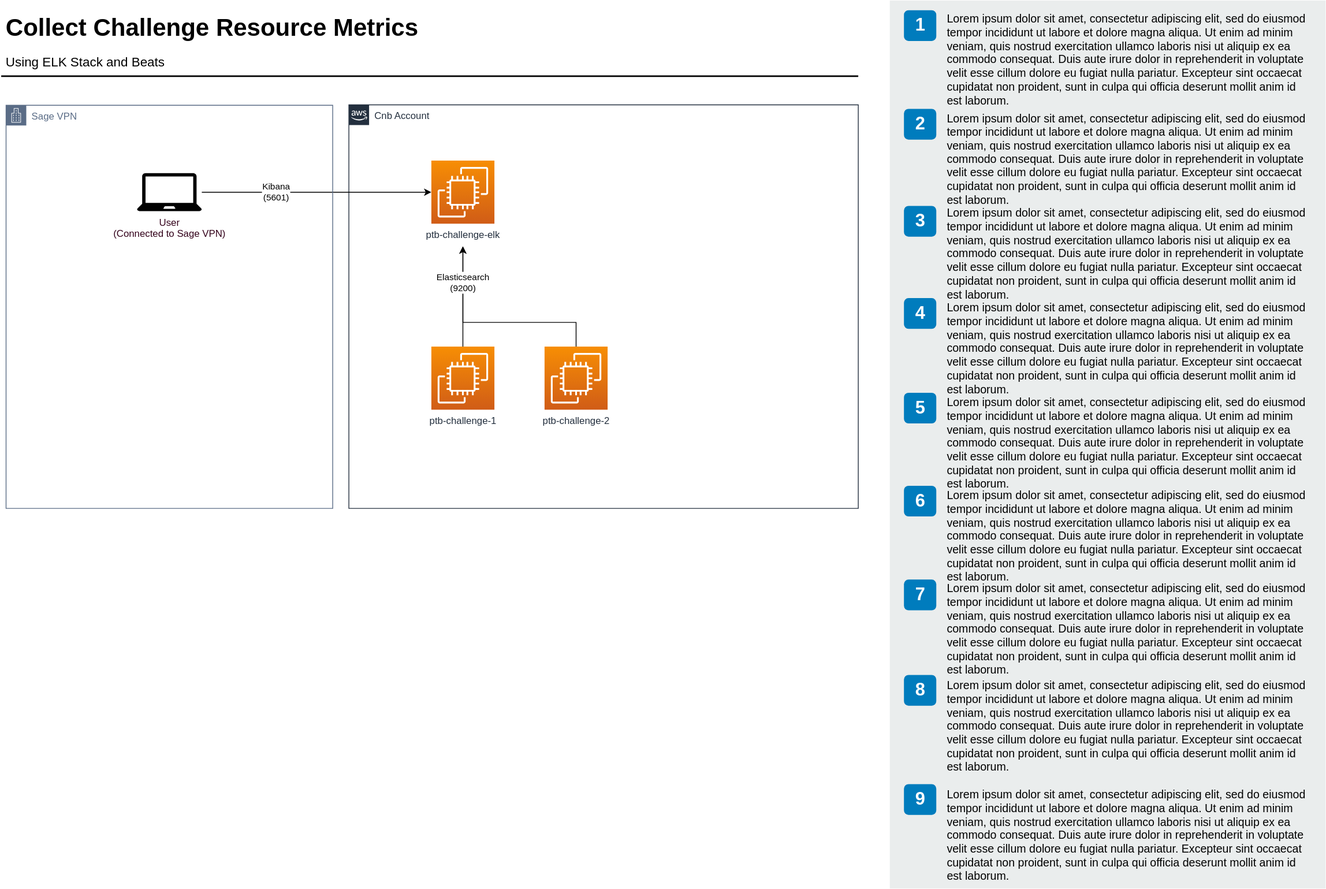
The draw.io diagram docs/drawio/diagrams/collect-challenge-resource-metrics.drawio.svg in Sage-Bionetworks/sage-monorepo, before a commit. Source tidied: cells renumbered, new cells last; positions are measured from the earlier drawing's top-left corner, leaving out a move shared by most shapes. The source it was exported from:
```xml
<mxGraphModel>
  <root>
    <mxCell id="0" />
    <mxCell id="1" parent="0" />
    <mxCell id="2" value="Cnb Account" style="gradientColor=none;html=1;whiteSpace=wrap;fontSize=12;fontStyle=0;shape=mxgraph.aws4.group;grIcon=mxgraph.aws4.group_aws_cloud_alt;strokeColor=#232F3E;fillColor=none;verticalAlign=top;align=left;spacingLeft=30;fontColor=#232F3E;dashed=0;" parent="1" vertex="1">
      <mxGeometry x="430" y="129" width="630" height="499" as="geometry" />
    </mxCell>
    <mxCell id="3" value="ptb-challenge-1" style="sketch=0;points=[[0,0,0],[0.25,0,0],[0.5,0,0],[0.75,0,0],[1,0,0],[0,1,0],[0.25,1,0],[0.5,1,0],[0.75,1,0],[1,1,0],[0,0.25,0],[0,0.5,0],[0,0.75,0],[1,0.25,0],[1,0.5,0],[1,0.75,0]];outlineConnect=0;fontColor=#232F3E;gradientColor=#F78E04;gradientDirection=north;fillColor=#D05C17;strokeColor=#ffffff;dashed=0;verticalLabelPosition=bottom;verticalAlign=top;align=center;html=1;fontSize=12;fontStyle=0;shape=mxgraph.aws4.resourceIcon;resIcon=mxgraph.aws4.ec2;" parent="2" vertex="1">
      <mxGeometry x="102" y="299" width="78" height="78" as="geometry" />
    </mxCell>
    <mxCell id="4" value="ptb-challenge-elk" style="sketch=0;points=[[0,0,0,0,0],[0,0.26,0,0,0],[0,0.5,0,0,0],[0,0.76,0,0,0],[0,1,0,0,0],[0.26,0,0,0,0],[0.26,1,0,0,0],[0.5,0,0,0,0],[0.5,1,0,0,0],[0.5,1,0,0,28],[0.76,0,0,0,0],[0.76,1,0,0,0],[1,0,0,0,0],[1,0.26,0,0,0],[1,0.5,0,0,0],[1,0.76,0,0,0],[1,1,0,0,0]];outlineConnect=0;fontColor=#232F3E;gradientColor=#F78E04;gradientDirection=north;fillColor=#D05C17;strokeColor=#ffffff;dashed=0;verticalLabelPosition=bottom;verticalAlign=top;align=center;html=1;fontSize=12;fontStyle=0;shape=mxgraph.aws4.resourceIcon;resIcon=mxgraph.aws4.ec2;" parent="2" vertex="1">
      <mxGeometry x="102" y="69" width="78" height="78" as="geometry" />
    </mxCell>
    <mxCell id="5" style="edgeStyle=orthogonalEdgeStyle;rounded=0;jettySize=auto;html=1;fontColor=#000000;entryX=0.5;entryY=1;entryDx=0;entryDy=28;entryPerimeter=0;" parent="2" edge="1" source="3" target="4">
      <mxGeometry relative="1" as="geometry" />
    </mxCell>
    <mxCell id="6" value="ptb-challenge-2" style="sketch=0;points=[[0,0,0],[0.25,0,0],[0.5,0,0],[0.75,0,0],[1,0,0],[0,1,0],[0.25,1,0],[0.5,1,0],[0.75,1,0],[1,1,0],[0,0.25,0],[0,0.5,0],[0,0.75,0],[1,0.25,0],[1,0.5,0],[1,0.75,0]];outlineConnect=0;fontColor=#232F3E;gradientColor=#F78E04;gradientDirection=north;fillColor=#D05C17;strokeColor=#ffffff;dashed=0;verticalLabelPosition=bottom;verticalAlign=top;align=center;html=1;fontSize=12;fontStyle=0;shape=mxgraph.aws4.resourceIcon;resIcon=mxgraph.aws4.ec2;" parent="2" vertex="1">
      <mxGeometry x="242" y="299" width="78" height="78" as="geometry" />
    </mxCell>
    <mxCell id="7" style="edgeStyle=orthogonalEdgeStyle;rounded=0;jettySize=auto;html=1;fontColor=#000000;snapToPoint=0;entryX=0.5;entryY=1;entryDx=0;entryDy=28;entryPerimeter=0;" parent="2" edge="1" source="6" target="4">
      <mxGeometry relative="1" as="geometry">
        <Array as="points">
          <mxPoint x="281" y="269" />
          <mxPoint x="141" y="269" />
        </Array>
      </mxGeometry>
    </mxCell>
    <mxCell id="8" value="Elasticsearch&lt;br&gt;(9200)" style="edgeLabel;html=1;align=center;verticalAlign=middle;fontColor=#000000;" parent="7" vertex="1">
      <mxGeometry x="0.76" relative="1" as="geometry">
        <mxPoint y="12" as="offset" />
      </mxGeometry>
    </mxCell>
    <mxCell id="9" value="Collect Challenge Resource Metrics" style="text;html=1;align=left;verticalAlign=top;spacingTop=-4;fontSize=30;fontStyle=1;" parent="1" vertex="1">
      <mxGeometry x="4" y="13.5" width="530" height="40" as="geometry" />
    </mxCell>
    <mxCell id="10" value="Using ELK Stack and Beats" style="text;html=1;align=left;verticalAlign=top;spacingTop=-4;fontSize=16;" parent="1" vertex="1">
      <mxGeometry x="4" y="63.5" width="220" height="30" as="geometry" />
    </mxCell>
    <mxCell id="11" style="line;strokeWidth=2;html=1;fontSize=14;" parent="1" vertex="1">
      <mxGeometry y="88.5" width="1060" height="10" as="geometry" />
    </mxCell>
    <mxCell id="12" style="rounded=0;whiteSpace=wrap;html=1;fillColor=#EAEDED;fontSize=22;fontColor=#FFFFFF;strokeColor=none;labelBackgroundColor=none;" parent="1" vertex="1">
      <mxGeometry x="1099" width="539" height="1098" as="geometry" />
    </mxCell>
    <mxCell id="13" value="1" style="rounded=1;whiteSpace=wrap;html=1;fillColor=#007CBD;strokeColor=none;fontColor=#FFFFFF;fontStyle=1;fontSize=22;labelBackgroundColor=none;" parent="1" vertex="1">
      <mxGeometry x="1116.5" y="12" width="40" height="38" as="geometry" />
    </mxCell>
    <mxCell id="14" value="2" style="rounded=1;whiteSpace=wrap;html=1;fillColor=#007CBD;strokeColor=none;fontColor=#FFFFFF;fontStyle=1;fontSize=22;labelBackgroundColor=none;" parent="1" vertex="1">
      <mxGeometry x="1116.5" y="134" width="40" height="38" as="geometry" />
    </mxCell>
    <mxCell id="15" value="3" style="rounded=1;whiteSpace=wrap;html=1;fillColor=#007CBD;strokeColor=none;fontColor=#FFFFFF;fontStyle=1;fontSize=22;labelBackgroundColor=none;" parent="1" vertex="1">
      <mxGeometry x="1116.5" y="254" width="40" height="38" as="geometry" />
    </mxCell>
    <mxCell id="16" value="4" style="rounded=1;whiteSpace=wrap;html=1;fillColor=#007CBD;strokeColor=none;fontColor=#FFFFFF;fontStyle=1;fontSize=22;labelBackgroundColor=none;" parent="1" vertex="1">
      <mxGeometry x="1116.5" y="368" width="40" height="38" as="geometry" />
    </mxCell>
    <mxCell id="17" value="5" style="rounded=1;whiteSpace=wrap;html=1;fillColor=#007CBD;strokeColor=none;fontColor=#FFFFFF;fontStyle=1;fontSize=22;labelBackgroundColor=none;" parent="1" vertex="1">
      <mxGeometry x="1116.5" y="485" width="40" height="38" as="geometry" />
    </mxCell>
    <mxCell id="18" value="6" style="rounded=1;whiteSpace=wrap;html=1;fillColor=#007CBD;strokeColor=none;fontColor=#FFFFFF;fontStyle=1;fontSize=22;labelBackgroundColor=none;" parent="1" vertex="1">
      <mxGeometry x="1116.5" y="600" width="40" height="38" as="geometry" />
    </mxCell>
    <mxCell id="19" value="7" style="rounded=1;whiteSpace=wrap;html=1;fillColor=#007CBD;strokeColor=none;fontColor=#FFFFFF;fontStyle=1;fontSize=22;labelBackgroundColor=none;" parent="1" vertex="1">
      <mxGeometry x="1116.5" y="716" width="40" height="38" as="geometry" />
    </mxCell>
    <mxCell id="20" value="8" style="rounded=1;whiteSpace=wrap;html=1;fillColor=#007CBD;strokeColor=none;fontColor=#FFFFFF;fontStyle=1;fontSize=22;labelBackgroundColor=none;" parent="1" vertex="1">
      <mxGeometry x="1116.5" y="834" width="40" height="38" as="geometry" />
    </mxCell>
    <mxCell id="21" value="&lt;span&gt;Lorem ipsum dolor sit amet, consectetur adipiscing elit, sed do eiusmod tempor incididunt ut labore et dolore magna aliqua. Ut enim ad minim veniam, quis nostrud exercitation ullamco laboris nisi ut aliquip ex ea commodo consequat. Duis aute irure dolor in reprehenderit in voluptate velit esse cillum dolore eu fugiat nulla pariatur. Excepteur sint occaecat cupidatat non proident, sunt in culpa qui officia deserunt mollit anim id est laborum.&lt;/span&gt;&lt;br&gt;" style="text;html=1;align=left;verticalAlign=top;spacingTop=-4;fontSize=14;labelBackgroundColor=none;whiteSpace=wrap;" parent="1" vertex="1">
      <mxGeometry x="1168" y="11.5" width="449" height="118" as="geometry" />
    </mxCell>
    <mxCell id="22" value="&lt;span&gt;Lorem ipsum dolor sit amet, consectetur adipiscing elit, sed do eiusmod tempor incididunt ut labore et dolore magna aliqua. Ut enim ad minim veniam, quis nostrud exercitation ullamco laboris nisi ut aliquip ex ea commodo consequat. Duis aute irure dolor in reprehenderit in voluptate velit esse cillum dolore eu fugiat nulla pariatur. Excepteur sint occaecat cupidatat non proident, sunt in culpa qui officia deserunt mollit anim id est laborum.&lt;/span&gt;&lt;br&gt;" style="text;html=1;align=left;verticalAlign=top;spacingTop=-4;fontSize=14;labelBackgroundColor=none;whiteSpace=wrap;" parent="1" vertex="1">
      <mxGeometry x="1167.5" y="134.5" width="450" height="115" as="geometry" />
    </mxCell>
    <mxCell id="23" value="&lt;span&gt;Lorem ipsum dolor sit amet, consectetur adipiscing elit, sed do eiusmod tempor incididunt ut labore et dolore magna aliqua. Ut enim ad minim veniam, quis nostrud exercitation ullamco laboris nisi ut aliquip ex ea commodo consequat. Duis aute irure dolor in reprehenderit in voluptate velit esse cillum dolore eu fugiat nulla pariatur. Excepteur sint occaecat cupidatat non proident, sunt in culpa qui officia deserunt mollit anim id est laborum.&lt;/span&gt;&lt;br&gt;" style="text;html=1;align=left;verticalAlign=top;spacingTop=-4;fontSize=14;labelBackgroundColor=none;whiteSpace=wrap;" parent="1" vertex="1">
      <mxGeometry x="1167.5" y="252.5" width="450" height="117" as="geometry" />
    </mxCell>
    <mxCell id="24" value="&lt;span&gt;Lorem ipsum dolor sit amet, consectetur adipiscing elit, sed do eiusmod tempor incididunt ut labore et dolore magna aliqua. Ut enim ad minim veniam, quis nostrud exercitation ullamco laboris nisi ut aliquip ex ea commodo consequat. Duis aute irure dolor in reprehenderit in voluptate velit esse cillum dolore eu fugiat nulla pariatur. Excepteur sint occaecat cupidatat non proident, sunt in culpa qui officia deserunt mollit anim id est laborum.&lt;/span&gt;&lt;br&gt;" style="text;html=1;align=left;verticalAlign=top;spacingTop=-4;fontSize=14;labelBackgroundColor=none;whiteSpace=wrap;" parent="1" vertex="1">
      <mxGeometry x="1167.5" y="368.5" width="450" height="121" as="geometry" />
    </mxCell>
    <mxCell id="25" value="&lt;span&gt;Lorem ipsum dolor sit amet, consectetur adipiscing elit, sed do eiusmod tempor incididunt ut labore et dolore magna aliqua. Ut enim ad minim veniam, quis nostrud exercitation ullamco laboris nisi ut aliquip ex ea commodo consequat. Duis aute irure dolor in reprehenderit in voluptate velit esse cillum dolore eu fugiat nulla pariatur. Excepteur sint occaecat cupidatat non proident, sunt in culpa qui officia deserunt mollit anim id est laborum.&lt;/span&gt;&lt;br&gt;" style="text;html=1;align=left;verticalAlign=top;spacingTop=-4;fontSize=14;labelBackgroundColor=none;whiteSpace=wrap;" parent="1" vertex="1">
      <mxGeometry x="1168" y="485.5" width="449" height="114" as="geometry" />
    </mxCell>
    <mxCell id="26" value="&lt;span&gt;Lorem ipsum dolor sit amet, consectetur adipiscing elit, sed do eiusmod tempor incididunt ut labore et dolore magna aliqua. Ut enim ad minim veniam, quis nostrud exercitation ullamco laboris nisi ut aliquip ex ea commodo consequat. Duis aute irure dolor in reprehenderit in voluptate velit esse cillum dolore eu fugiat nulla pariatur. Excepteur sint occaecat cupidatat non proident, sunt in culpa qui officia deserunt mollit anim id est laborum.&lt;/span&gt;&lt;br&gt;" style="text;html=1;align=left;verticalAlign=top;spacingTop=-4;fontSize=14;labelBackgroundColor=none;whiteSpace=wrap;" parent="1" vertex="1">
      <mxGeometry x="1167.5" y="601.5" width="450" height="118" as="geometry" />
    </mxCell>
    <mxCell id="27" value="&lt;span&gt;Lorem ipsum dolor sit amet, consectetur adipiscing elit, sed do eiusmod tempor incididunt ut labore et dolore magna aliqua. Ut enim ad minim veniam, quis nostrud exercitation ullamco laboris nisi ut aliquip ex ea commodo consequat. Duis aute irure dolor in reprehenderit in voluptate velit esse cillum dolore eu fugiat nulla pariatur. Excepteur sint occaecat cupidatat non proident, sunt in culpa qui officia deserunt mollit anim id est laborum.&lt;/span&gt;&lt;br&gt;" style="text;html=1;align=left;verticalAlign=top;spacingTop=-4;fontSize=14;labelBackgroundColor=none;whiteSpace=wrap;" parent="1" vertex="1">
      <mxGeometry x="1168" y="716.5" width="449" height="113" as="geometry" />
    </mxCell>
    <mxCell id="28" value="&lt;span&gt;Lorem ipsum dolor sit amet, consectetur adipiscing elit, sed do eiusmod tempor incididunt ut labore et dolore magna aliqua. Ut enim ad minim veniam, quis nostrud exercitation ullamco laboris nisi ut aliquip ex ea commodo consequat. Duis aute irure dolor in reprehenderit in voluptate velit esse cillum dolore eu fugiat nulla pariatur. Excepteur sint occaecat cupidatat non proident, sunt in culpa qui officia deserunt mollit anim id est laborum.&lt;/span&gt;&lt;br&gt;" style="text;html=1;align=left;verticalAlign=top;spacingTop=-4;fontSize=14;labelBackgroundColor=none;whiteSpace=wrap;" parent="1" vertex="1">
      <mxGeometry x="1168" y="835.5" width="449" height="124" as="geometry" />
    </mxCell>
    <mxCell id="29" value="9" style="rounded=1;whiteSpace=wrap;html=1;fillColor=#007CBD;strokeColor=none;fontColor=#FFFFFF;fontStyle=1;fontSize=22;labelBackgroundColor=none;" parent="1" vertex="1">
      <mxGeometry x="1116.5" y="969" width="40" height="38" as="geometry" />
    </mxCell>
    <mxCell id="30" value="&lt;span&gt;Lorem ipsum dolor sit amet, consectetur adipiscing elit, sed do eiusmod tempor incididunt ut labore et dolore magna aliqua. Ut enim ad minim veniam, quis nostrud exercitation ullamco laboris nisi ut aliquip ex ea commodo consequat. Duis aute irure dolor in reprehenderit in voluptate velit esse cillum dolore eu fugiat nulla pariatur. Excepteur sint occaecat cupidatat non proident, sunt in culpa qui officia deserunt mollit anim id est laborum.&lt;/span&gt;&lt;br&gt;" style="text;html=1;align=left;verticalAlign=top;spacingTop=-4;fontSize=14;labelBackgroundColor=none;whiteSpace=wrap;" parent="1" vertex="1">
      <mxGeometry x="1168" y="970.5" width="449" height="124" as="geometry" />
    </mxCell>
    <mxCell id="31" style="edgeStyle=orthogonalEdgeStyle;rounded=0;jettySize=auto;html=1;entryX=0;entryY=0.5;entryDx=0;entryDy=0;entryPerimeter=0;fontColor=#000000;" parent="1" edge="1" source="34" target="4">
      <mxGeometry relative="1" as="geometry" />
    </mxCell>
    <mxCell id="32" value="&lt;div&gt;Kibana&lt;/div&gt;&lt;div&gt;(5601)&lt;br&gt;&lt;/div&gt;" style="edgeLabel;html=1;align=center;verticalAlign=middle;fontColor=#000000;" parent="31" vertex="1">
      <mxGeometry x="-0.41" y="-2" relative="1" as="geometry">
        <mxPoint x="8" y="-2" as="offset" />
      </mxGeometry>
    </mxCell>
    <mxCell id="33" value="Sage VPN" style="gradientColor=none;html=1;whiteSpace=wrap;fontSize=12;fontStyle=0;shape=mxgraph.aws4.group;grIcon=mxgraph.aws4.group_corporate_data_center;strokeColor=#5A6C86;fillColor=none;verticalAlign=top;align=left;spacingLeft=30;fontColor=#5A6C86;dashed=0;" parent="1" vertex="1">
      <mxGeometry x="6" y="129.5" width="404" height="498.5" as="geometry" />
    </mxCell>
    <mxCell id="34" value="&lt;span style=&quot;background-color: transparent;&quot;&gt;User&lt;/span&gt;&lt;br&gt;(Connected to Sage VPN)" style="sketch=0;shadow=0;dashed=0;html=1;strokeColor=none;fillColor=#000000;labelPosition=center;verticalLabelPosition=bottom;verticalAlign=top;outlineConnect=0;align=center;shape=mxgraph.office.devices.laptop;fontSize=12;fontColor=#33001A;points=[[0.5,1,0,0,28]];" parent="33" vertex="1">
      <mxGeometry x="161.9" y="84" width="80.2" height="47" as="geometry" />
    </mxCell>
  </root>
</mxGraphModel>
```
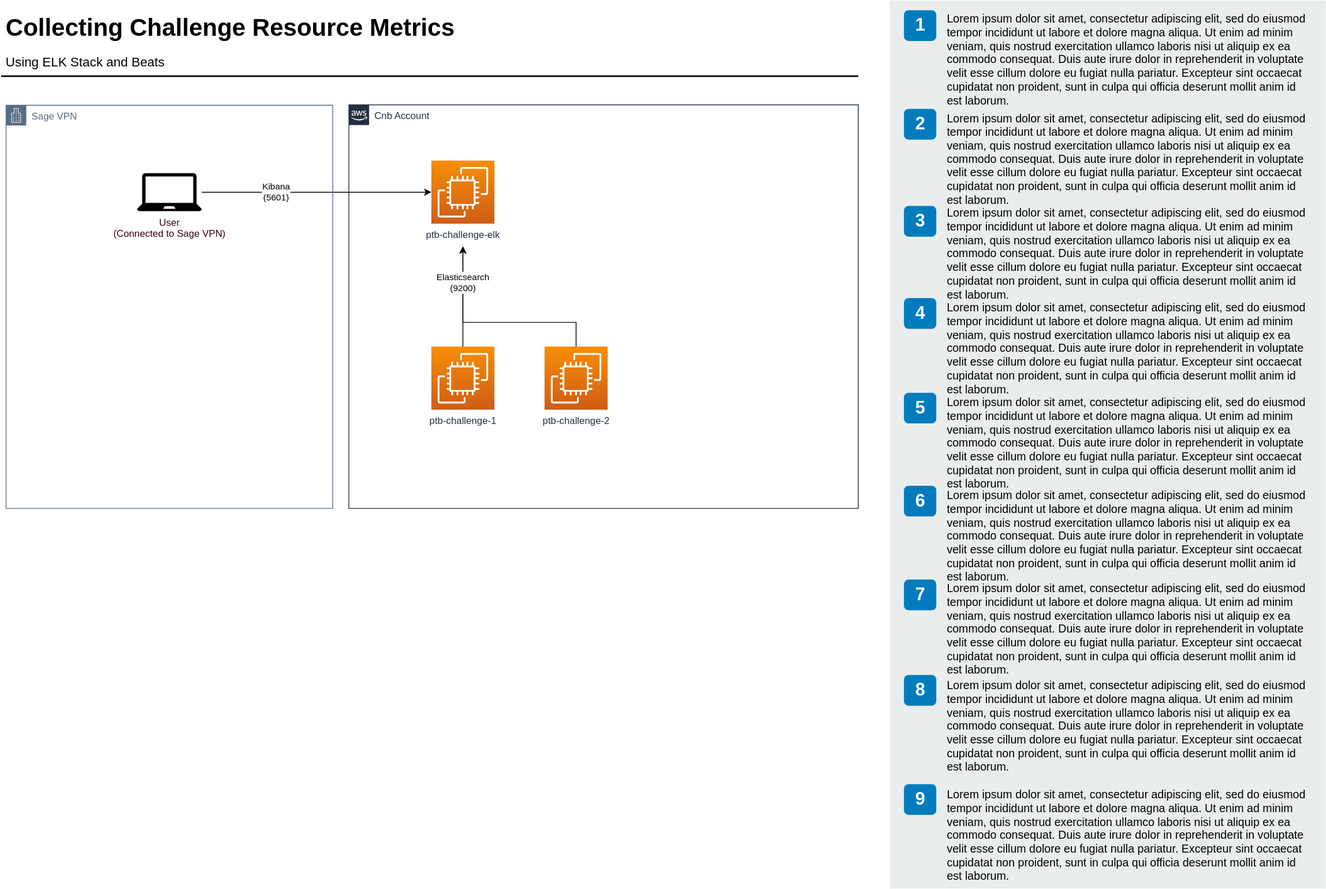
After the change.

Diff of the diagram source:
```diff
@@ -30,8 +30,8 @@
         <mxPoint y="12" as="offset" />
       </mxGeometry>
     </mxCell>
-    <mxCell id="9" value="Collect Challenge Resource Metrics" style="text;html=1;align=left;verticalAlign=top;spacingTop=-4;fontSize=30;fontStyle=1;" parent="1" vertex="1">
-      <mxGeometry x="4" y="13.5" width="530" height="40" as="geometry" />
+    <mxCell id="9" value="Collecting Challenge Resource Metrics" style="text;html=1;align=left;verticalAlign=top;spacingTop=-4;fontSize=30;fontStyle=1;" parent="1" vertex="1">
+      <mxGeometry x="4" y="13.5" width="580" height="40" as="geometry" />
     </mxCell>
     <mxCell id="10" value="Using ELK Stack and Beats" style="text;html=1;align=left;verticalAlign=top;spacingTop=-4;fontSize=16;" parent="1" vertex="1">
       <mxGeometry x="4" y="63.5" width="220" height="30" as="geometry" />
```
